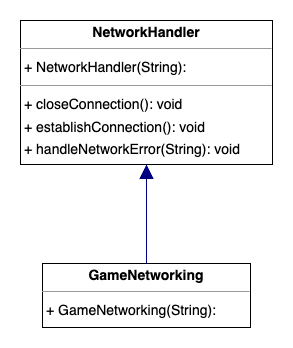
Above: iteration1_deliverables/class_structure_diagrams/GameNetworking_structure.png in SarimEkram/Multiplayer-Board-platform (draw.io), before the change. Source tidied: cells renumbered, new cells last; positions are measured from the earlier drawing's top-left corner, leaving out a move shared by most shapes. The source it was exported from:
```xml
<mxGraphModel>
  <root>
    <mxCell id="0" />
    <mxCell id="1" parent="0" />
    <mxCell id="2" value="&lt;p style=&quot;margin:0px;margin-top:4px;text-align:center;&quot;&gt;&lt;b&gt;GameNetworking&lt;/b&gt;&lt;/p&gt;&lt;hr size=&quot;1&quot;/&gt;&lt;p style=&quot;margin:0 0 0 4px;line-height:1.6;&quot;&gt;+ GameNetworking(String): &lt;/p&gt;" style="verticalAlign=top;align=left;overflow=fill;fontSize=14;fontFamily=Helvetica;html=1;rounded=0;shadow=0;comic=0;labelBackgroundColor=none;strokeWidth=1;" parent="1" vertex="1">
      <mxGeometry x="22" y="243" width="208" height="64" as="geometry" />
    </mxCell>
    <mxCell id="3" value="&lt;p style=&quot;margin:0px;margin-top:4px;text-align:center;&quot;&gt;&lt;b&gt;NetworkHandler&lt;/b&gt;&lt;/p&gt;&lt;hr size=&quot;1&quot;/&gt;&lt;p style=&quot;margin:0 0 0 4px;line-height:1.6;&quot;&gt;+ NetworkHandler(String): &lt;/p&gt;&lt;hr size=&quot;1&quot;/&gt;&lt;p style=&quot;margin:0 0 0 4px;line-height:1.6;&quot;&gt;+ closeConnection(): void&lt;br/&gt;+ establishConnection(): void&lt;br/&gt;+ handleNetworkError(String): void&lt;/p&gt;" style="verticalAlign=top;align=left;overflow=fill;fontSize=14;fontFamily=Helvetica;html=1;rounded=0;shadow=0;comic=0;labelBackgroundColor=none;strokeWidth=1;" parent="1" vertex="1">
      <mxGeometry width="252" height="144" as="geometry" />
    </mxCell>
    <mxCell id="4" style="html=1;rounded=1;edgeStyle=orthogonalEdgeStyle;dashed=0;startArrow=none;endArrow=block;endSize=12;strokeColor=#000082;exitX=0.500;exitY=0.001;exitDx=0;exitDy=0;entryX=0.500;entryY=1.000;entryDx=0;entryDy=0;" parent="1" edge="1" source="2" target="3">
      <mxGeometry relative="1" as="geometry" />
    </mxCell>
  </root>
</mxGraphModel>
```
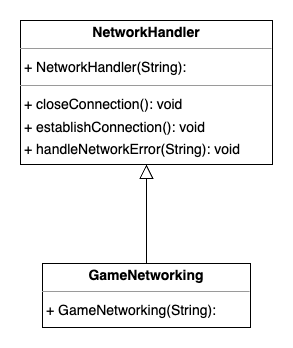
Above is the later version.

Commit message:
corrected background for In_chat and game networking class diagrams

The edit, as a diff of the source:
```diff
@@ -8,7 +8,7 @@
     <mxCell id="3" value="&lt;p style=&quot;margin:0px;margin-top:4px;text-align:center;&quot;&gt;&lt;b&gt;NetworkHandler&lt;/b&gt;&lt;/p&gt;&lt;hr size=&quot;1&quot;/&gt;&lt;p style=&quot;margin:0 0 0 4px;line-height:1.6;&quot;&gt;+ NetworkHandler(String): &lt;/p&gt;&lt;hr size=&quot;1&quot;/&gt;&lt;p style=&quot;margin:0 0 0 4px;line-height:1.6;&quot;&gt;+ closeConnection(): void&lt;br/&gt;+ establishConnection(): void&lt;br/&gt;+ handleNetworkError(String): void&lt;/p&gt;" style="verticalAlign=top;align=left;overflow=fill;fontSize=14;fontFamily=Helvetica;html=1;rounded=0;shadow=0;comic=0;labelBackgroundColor=none;strokeWidth=1;" parent="1" vertex="1">
       <mxGeometry width="252" height="144" as="geometry" />
     </mxCell>
-    <mxCell id="4" style="html=1;rounded=1;edgeStyle=orthogonalEdgeStyle;dashed=0;startArrow=none;endArrow=block;endSize=12;strokeColor=#000082;exitX=0.500;exitY=0.001;exitDx=0;exitDy=0;entryX=0.500;entryY=1.000;entryDx=0;entryDy=0;" parent="1" edge="1" source="2" target="3">
+    <mxCell id="4" style="html=1;rounded=1;edgeStyle=orthogonalEdgeStyle;dashed=0;startArrow=none;endArrow=block;endSize=12;strokeColor=#000000;exitX=0.500;exitY=0.001;exitDx=0;exitDy=0;entryX=0.500;entryY=1.000;entryDx=0;entryDy=0;endFill=0;" parent="1" edge="1" source="2" target="3">
       <mxGeometry relative="1" as="geometry" />
     </mxCell>
   </root>
```
